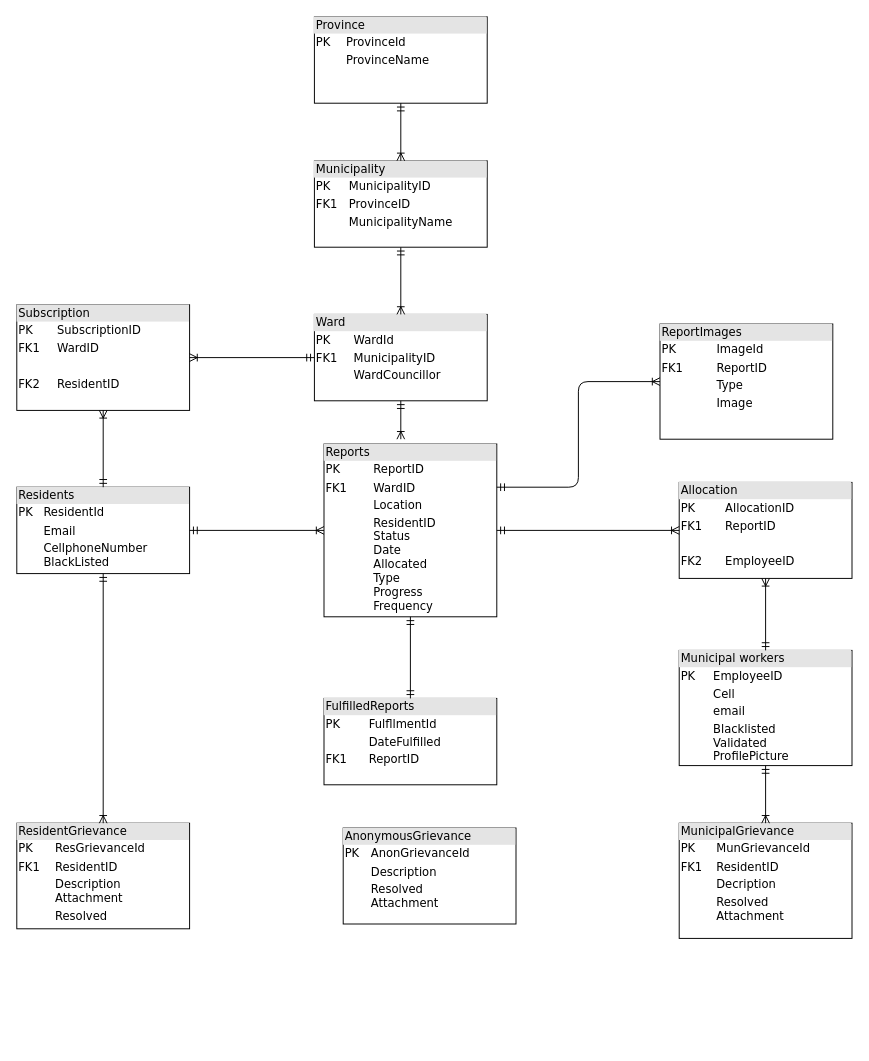
This is DBArchitecture.drawio from YamiMegersa/clone_repo, a draw.io file, before an edit. Source tidied: cells renumbered, new cells numbered last; positions are measured from the earlier drawing's top-left corner, leaving out a move shared by most shapes. Both pictures are drawn from the tidied source at 96%, with x=0, y=0 at pixel (16, 16).
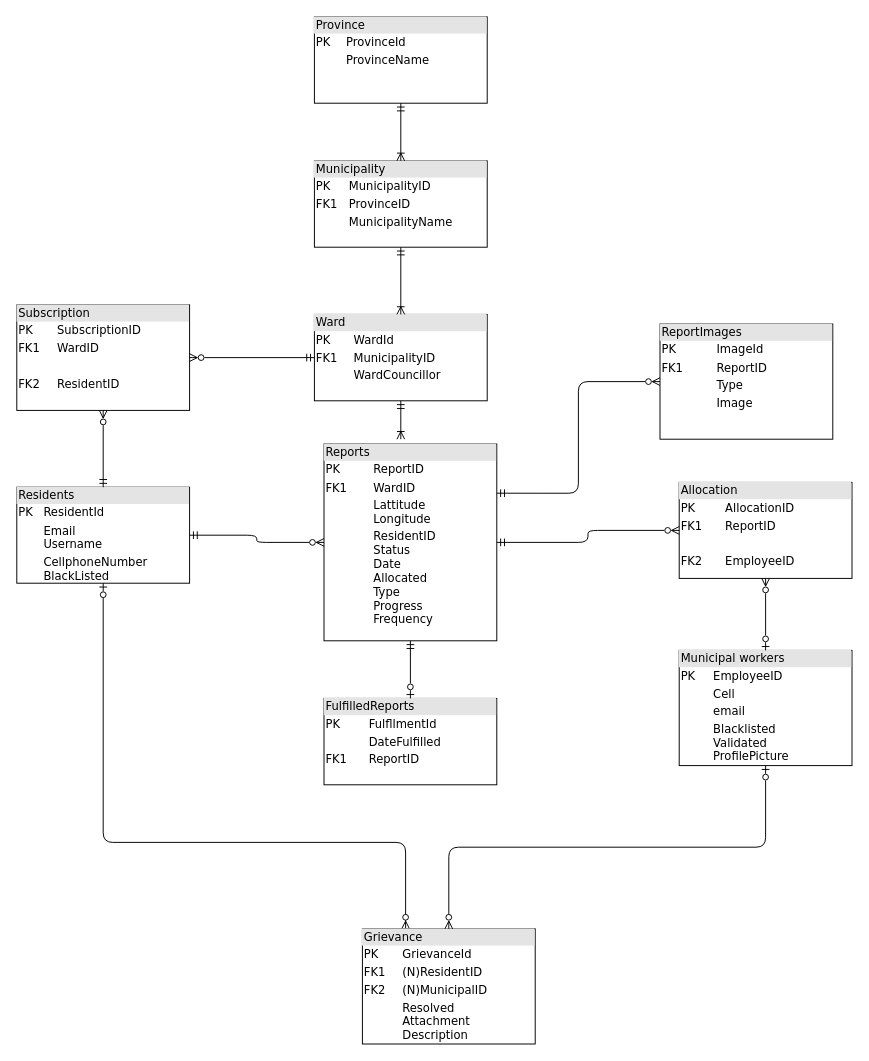
The same diagram, later.

Commit message:
Grievances Consolidated and associations updated

Unchanged cells that the change refers to:
```xml
<mxCell id="4" value="&lt;div style=&quot;box-sizing: border-box; width: 100%; background: rgb(228, 228, 228); padding: 2px;&quot;&gt;Ward&lt;/div&gt;&lt;table style=&quot;width: 100% ; font-size: 1em&quot; cellpadding=&quot;2&quot; cellspacing=&quot;0&quot;&gt;&lt;tbody&gt;&lt;tr&gt;&lt;td&gt;PK&lt;/td&gt;&lt;td&gt;WardId&lt;/td&gt;&lt;/tr&gt;&lt;tr&gt;&lt;td&gt;FK1&lt;/td&gt;&lt;td&gt;MunicipalityID&lt;/td&gt;&lt;/tr&gt;&lt;tr&gt;&lt;td&gt;&lt;/td&gt;&lt;td&gt;WardCouncillor&lt;/td&gt;&lt;/tr&gt;&lt;tr&gt;&lt;td&gt;&lt;br&gt;&lt;/td&gt;&lt;td&gt;&lt;br&gt;&lt;/td&gt;&lt;/tr&gt;&lt;/tbody&gt;&lt;/table&gt;" style="verticalAlign=top;align=left;overflow=fill;html=1;rounded=0;shadow=0;comic=0;labelBackgroundColor=none;strokeWidth=1;fontFamily=Verdana;fontSize=12;" parent="1" vertex="1">
  <mxGeometry x="310" y="310" width="180" height="90" as="geometry" />
</mxCell>
<mxCell id="7" value="&lt;div style=&quot;box-sizing: border-box; width: 100%; background: rgb(228, 228, 228); padding: 2px;&quot;&gt;Municipal workers&lt;/div&gt;&lt;table style=&quot;width: 100% ; font-size: 1em&quot; cellpadding=&quot;2&quot; cellspacing=&quot;0&quot;&gt;&lt;tbody&gt;&lt;tr&gt;&lt;td&gt;PK&lt;/td&gt;&lt;td&gt;EmployeeID&lt;/td&gt;&lt;/tr&gt;&lt;tr&gt;&lt;td&gt;&lt;br&gt;&lt;/td&gt;&lt;td&gt;Cell&lt;/td&gt;&lt;/tr&gt;&lt;tr&gt;&lt;td&gt;&lt;/td&gt;&lt;td&gt;email&lt;/td&gt;&lt;/tr&gt;&lt;tr&gt;&lt;td&gt;&lt;/td&gt;&lt;td&gt;Blacklisted&lt;br&gt;Validated&lt;br&gt;ProfilePicture&lt;/td&gt;&lt;/tr&gt;&lt;/tbody&gt;&lt;/table&gt;" style="verticalAlign=top;align=left;overflow=fill;html=1;rounded=0;shadow=0;comic=0;labelBackgroundColor=none;strokeWidth=1;fontFamily=Verdana;fontSize=12;" parent="1" vertex="1">
  <mxGeometry x="690" y="660" width="180" height="120" as="geometry" />
</mxCell>
<mxCell id="12" value="&lt;div style=&quot;box-sizing: border-box; width: 100%; background: rgb(228, 228, 228); padding: 2px;&quot;&gt;Subscription&lt;/div&gt;&lt;table style=&quot;width: 100% ; font-size: 1em&quot; cellpadding=&quot;2&quot; cellspacing=&quot;0&quot;&gt;&lt;tbody&gt;&lt;tr&gt;&lt;td&gt;PK&lt;/td&gt;&lt;td&gt;SubscriptionID&lt;/td&gt;&lt;/tr&gt;&lt;tr&gt;&lt;td&gt;FK1&lt;/td&gt;&lt;td&gt;WardID&lt;/td&gt;&lt;/tr&gt;&lt;tr&gt;&lt;td&gt;&lt;/td&gt;&lt;td&gt;&lt;br&gt;&lt;/td&gt;&lt;/tr&gt;&lt;tr&gt;&lt;td&gt;FK2&lt;br&gt;&lt;/td&gt;&lt;td&gt;ResidentID&lt;/td&gt;&lt;/tr&gt;&lt;/tbody&gt;&lt;/table&gt;" style="verticalAlign=top;align=left;overflow=fill;html=1;rounded=0;shadow=0;comic=0;labelBackgroundColor=none;strokeWidth=1;fontFamily=Verdana;fontSize=12;" parent="1" vertex="1">
  <mxGeometry y="300" width="180" height="110" as="geometry" />
</mxCell>
<mxCell id="15" value="&lt;div style=&quot;box-sizing: border-box; width: 100%; background: rgb(228, 228, 228); padding: 2px;&quot;&gt;Allocation&lt;/div&gt;&lt;table style=&quot;width: 100% ; font-size: 1em&quot; cellpadding=&quot;2&quot; cellspacing=&quot;0&quot;&gt;&lt;tbody&gt;&lt;tr&gt;&lt;td&gt;PK&lt;/td&gt;&lt;td&gt;AllocationID&lt;/td&gt;&lt;/tr&gt;&lt;tr&gt;&lt;td&gt;FK1&lt;/td&gt;&lt;td&gt;ReportID&lt;/td&gt;&lt;/tr&gt;&lt;tr&gt;&lt;td&gt;&lt;/td&gt;&lt;td&gt;&lt;br&gt;&lt;/td&gt;&lt;/tr&gt;&lt;tr&gt;&lt;td&gt;FK2&lt;br&gt;&lt;/td&gt;&lt;td&gt;EmployeeID&lt;/td&gt;&lt;/tr&gt;&lt;/tbody&gt;&lt;/table&gt;" style="verticalAlign=top;align=left;overflow=fill;html=1;rounded=0;shadow=0;comic=0;labelBackgroundColor=none;strokeWidth=1;fontFamily=Verdana;fontSize=12;" parent="1" vertex="1">
  <mxGeometry x="690" y="485" width="180" height="100" as="geometry" />
</mxCell>
<mxCell id="23" value="&lt;div style=&quot;box-sizing: border-box; width: 100%; background: rgb(228, 228, 228); padding: 2px;&quot;&gt;FulfilledReports&lt;/div&gt;&lt;table style=&quot;width: 100% ; font-size: 1em&quot; cellpadding=&quot;2&quot; cellspacing=&quot;0&quot;&gt;&lt;tbody&gt;&lt;tr&gt;&lt;td&gt;PK&lt;/td&gt;&lt;td&gt;FulfllmentId&lt;/td&gt;&lt;/tr&gt;&lt;tr&gt;&lt;td&gt;&lt;br&gt;&lt;/td&gt;&lt;td&gt;DateFulfilled&lt;/td&gt;&lt;/tr&gt;&lt;tr&gt;&lt;td&gt;FK1&lt;/td&gt;&lt;td&gt;ReportID&lt;br&gt;&lt;/td&gt;&lt;/tr&gt;&lt;tr&gt;&lt;td&gt;&lt;/td&gt;&lt;td&gt;&lt;br&gt;&lt;/td&gt;&lt;/tr&gt;&lt;/tbody&gt;&lt;/table&gt;" style="verticalAlign=top;align=left;overflow=fill;html=1;rounded=0;shadow=0;comic=0;labelBackgroundColor=none;strokeWidth=1;fontFamily=Verdana;fontSize=12;" parent="1" vertex="1">
  <mxGeometry x="320" y="710" width="180" height="90" as="geometry" />
</mxCell>
<mxCell id="25" value="&lt;div style=&quot;box-sizing: border-box; width: 100%; background: rgb(228, 228, 228); padding: 2px;&quot;&gt;ReportImages&lt;/div&gt;&lt;table style=&quot;width: 100% ; font-size: 1em&quot; cellpadding=&quot;2&quot; cellspacing=&quot;0&quot;&gt;&lt;tbody&gt;&lt;tr&gt;&lt;td&gt;PK&lt;/td&gt;&lt;td&gt;ImageId&lt;/td&gt;&lt;/tr&gt;&lt;tr&gt;&lt;td&gt;FK1&lt;/td&gt;&lt;td&gt;ReportID&lt;/td&gt;&lt;/tr&gt;&lt;tr&gt;&lt;td&gt;&lt;/td&gt;&lt;td&gt;Type&lt;/td&gt;&lt;/tr&gt;&lt;tr&gt;&lt;td&gt;&lt;/td&gt;&lt;td&gt;Image&lt;br&gt;&lt;/td&gt;&lt;/tr&gt;&lt;/tbody&gt;&lt;/table&gt;" style="verticalAlign=top;align=left;overflow=fill;html=1;rounded=0;shadow=0;comic=0;labelBackgroundColor=none;strokeWidth=1;fontFamily=Verdana;fontSize=12;" parent="1" vertex="1">
  <mxGeometry x="670" y="320" width="180" height="120" as="geometry" />
</mxCell>
```

Change to the diagram source:
```diff
@@
-    <mxCell id="3" value="&lt;div style=&quot;box-sizing: border-box; width: 100%; background: rgb(228, 228, 228); padding: 2px;&quot;&gt;Reports&lt;/div&gt;&lt;table style=&quot;width: 100% ; font-size: 1em&quot; cellpadding=&quot;2&quot; cellspacing=&quot;0&quot;&gt;&lt;tbody&gt;&lt;tr&gt;&lt;td&gt;PK&lt;/td&gt;&lt;td&gt;ReportID&lt;/td&gt;&lt;/tr&gt;&lt;tr&gt;&lt;td&gt;FK1&lt;/td&gt;&lt;td&gt;WardID&lt;/td&gt;&lt;/tr&gt;&lt;tr&gt;&lt;td&gt;&lt;/td&gt;&lt;td&gt;Location&lt;/td&gt;&lt;/tr&gt;&lt;tr&gt;&lt;td&gt;&lt;br&gt;&lt;/td&gt;&lt;td&gt;ResidentID&lt;br&gt;Status&lt;br&gt;Date&lt;br&gt;Allocated&lt;br&gt;Type&lt;br&gt;Progress&lt;br&gt;Frequency&lt;/td&gt;&lt;/tr&gt;&lt;/tbody&gt;&lt;/table&gt;" style="verticalAlign=top;align=left;overflow=fill;html=1;rounded=0;shadow=0;comic=0;labelBackgroundColor=none;strokeWidth=1;fontFamily=Verdana;fontSize=12;" parent="1" vertex="1">
-      <mxGeometry x="320" y="445" width="180" height="180" as="geometry" />
+    <mxCell id="3" value="&lt;div style=&quot;box-sizing: border-box; width: 100%; background: rgb(228, 228, 228); padding: 2px;&quot;&gt;Reports&lt;/div&gt;&lt;table style=&quot;width: 100% ; font-size: 1em&quot; cellpadding=&quot;2&quot; cellspacing=&quot;0&quot;&gt;&lt;tbody&gt;&lt;tr&gt;&lt;td&gt;PK&lt;/td&gt;&lt;td&gt;ReportID&lt;/td&gt;&lt;/tr&gt;&lt;tr&gt;&lt;td&gt;FK1&lt;/td&gt;&lt;td&gt;WardID&lt;/td&gt;&lt;/tr&gt;&lt;tr&gt;&lt;td&gt;&lt;/td&gt;&lt;td&gt;Lattitude&lt;br&gt;Longitude&lt;/td&gt;&lt;/tr&gt;&lt;tr&gt;&lt;td&gt;&lt;br&gt;&lt;/td&gt;&lt;td&gt;ResidentID&lt;br&gt;Status&lt;br&gt;Date&lt;br&gt;Allocated&lt;br&gt;Type&lt;br&gt;Progress&lt;br&gt;Frequency&lt;/td&gt;&lt;/tr&gt;&lt;/tbody&gt;&lt;/table&gt;" style="verticalAlign=top;align=left;overflow=fill;html=1;rounded=0;shadow=0;comic=0;labelBackgroundColor=none;strokeWidth=1;fontFamily=Verdana;fontSize=12;" parent="1" vertex="1">
+      <mxGeometry x="320" y="445" width="180" height="205" as="geometry" />
     </mxCell>
@@
-    <mxCell id="8" value="&lt;div style=&quot;box-sizing: border-box; width: 100%; background: rgb(228, 228, 228); padding: 2px;&quot;&gt;Residents&lt;/div&gt;&lt;table style=&quot;width: 100% ; font-size: 1em&quot; cellpadding=&quot;2&quot; cellspacing=&quot;0&quot;&gt;&lt;tbody&gt;&lt;tr&gt;&lt;td&gt;PK&lt;/td&gt;&lt;td&gt;ResidentId&lt;/td&gt;&lt;/tr&gt;&lt;tr&gt;&lt;td&gt;&lt;br&gt;&lt;/td&gt;&lt;td&gt;Email&lt;/td&gt;&lt;/tr&gt;&lt;tr&gt;&lt;td&gt;&lt;/td&gt;&lt;td&gt;CellphoneNumber&lt;br&gt;BlackListed&lt;/td&gt;&lt;/tr&gt;&lt;tr&gt;&lt;td&gt;&lt;/td&gt;&lt;td&gt;&lt;br&gt;&lt;/td&gt;&lt;/tr&gt;&lt;/tbody&gt;&lt;/table&gt;" style="verticalAlign=top;align=left;overflow=fill;html=1;rounded=0;shadow=0;comic=0;labelBackgroundColor=none;strokeWidth=1;fontFamily=Verdana;fontSize=12;" parent="1" vertex="1">
-      <mxGeometry y="490" width="180" height="90" as="geometry" />
+    <mxCell id="8" value="&lt;div style=&quot;box-sizing: border-box; width: 100%; background: rgb(228, 228, 228); padding: 2px;&quot;&gt;Residents&lt;/div&gt;&lt;table style=&quot;width: 100% ; font-size: 1em&quot; cellpadding=&quot;2&quot; cellspacing=&quot;0&quot;&gt;&lt;tbody&gt;&lt;tr&gt;&lt;td&gt;PK&lt;/td&gt;&lt;td&gt;ResidentId&lt;/td&gt;&lt;/tr&gt;&lt;tr&gt;&lt;td&gt;&lt;br&gt;&lt;/td&gt;&lt;td&gt;Email&lt;br&gt;Username&lt;/td&gt;&lt;/tr&gt;&lt;tr&gt;&lt;td&gt;&lt;/td&gt;&lt;td&gt;CellphoneNumber&lt;br&gt;BlackListed&lt;/td&gt;&lt;/tr&gt;&lt;tr&gt;&lt;td&gt;&lt;/td&gt;&lt;td&gt;&lt;br&gt;&lt;/td&gt;&lt;/tr&gt;&lt;/tbody&gt;&lt;/table&gt;" style="verticalAlign=top;align=left;overflow=fill;html=1;rounded=0;shadow=0;comic=0;labelBackgroundColor=none;strokeWidth=1;fontFamily=Verdana;fontSize=12;" parent="1" vertex="1">
+      <mxGeometry y="490" width="180" height="100" as="geometry" />
     </mxCell>
@@
-    <mxCell id="11" style="edgeStyle=orthogonalEdgeStyle;html=1;labelBackgroundColor=none;startArrow=ERmandOne;endArrow=ERoneToMany;fontFamily=Verdana;fontSize=12;align=left;entryX=0;entryY=0.5;entryDx=0;entryDy=0;exitX=1;exitY=0.5;exitDx=0;exitDy=0;" parent="1" edge="1" source="8" target="3">
+    <mxCell id="11" style="edgeStyle=orthogonalEdgeStyle;html=1;labelBackgroundColor=none;startArrow=ERmandOne;endArrow=ERzeroToMany;fontFamily=Verdana;fontSize=12;align=left;entryX=0;entryY=0.5;entryDx=0;entryDy=0;exitX=1;exitY=0.5;exitDx=0;exitDy=0;endFill=0;" parent="1" edge="1" source="8" target="3">
       <mxGeometry relative="1" as="geometry" />
     </mxCell>
@@
-    <mxCell id="13" style="edgeStyle=orthogonalEdgeStyle;html=1;labelBackgroundColor=none;startArrow=ERmandOne;endArrow=ERoneToMany;fontFamily=Verdana;fontSize=12;align=left;entryX=0.5;entryY=1;entryDx=0;entryDy=0;exitX=0.5;exitY=0;exitDx=0;exitDy=0;" parent="1" edge="1" source="8" target="12">
+    <mxCell id="13" style="edgeStyle=orthogonalEdgeStyle;html=1;labelBackgroundColor=none;startArrow=ERmandOne;endArrow=ERzeroToMany;fontFamily=Verdana;fontSize=12;align=left;entryX=0.5;entryY=1;entryDx=0;entryDy=0;exitX=0.5;exitY=0;exitDx=0;exitDy=0;endFill=0;" parent="1" edge="1" source="8" target="12">
       <mxGeometry relative="1" as="geometry" />
     </mxCell>
-    <mxCell id="14" style="edgeStyle=orthogonalEdgeStyle;html=1;labelBackgroundColor=none;startArrow=ERmandOne;endArrow=ERoneToMany;fontFamily=Verdana;fontSize=12;align=left;entryX=1;entryY=0.5;entryDx=0;entryDy=0;exitX=0;exitY=0.5;exitDx=0;exitDy=0;" parent="1" edge="1" source="4" target="12">
+    <mxCell id="14" style="edgeStyle=orthogonalEdgeStyle;html=1;labelBackgroundColor=none;startArrow=ERmandOne;endArrow=ERzeroToMany;fontFamily=Verdana;fontSize=12;align=left;entryX=1;entryY=0.5;entryDx=0;entryDy=0;exitX=0;exitY=0.5;exitDx=0;exitDy=0;endFill=0;" parent="1" edge="1" source="4" target="12">
       <mxGeometry relative="1" as="geometry" />
     </mxCell>
@@
-    <mxCell id="16" style="edgeStyle=orthogonalEdgeStyle;html=1;labelBackgroundColor=none;startArrow=ERmandOne;endArrow=ERoneToMany;fontFamily=Verdana;fontSize=12;align=left;entryX=0.5;entryY=1;entryDx=0;entryDy=0;exitX=0.5;exitY=0;exitDx=0;exitDy=0;" parent="1" edge="1" source="7" target="15">
+    <mxCell id="16" style="edgeStyle=orthogonalEdgeStyle;html=1;labelBackgroundColor=none;startArrow=ERzeroToOne;endArrow=ERzeroToMany;fontFamily=Verdana;fontSize=12;align=left;entryX=0.5;entryY=1;entryDx=0;entryDy=0;exitX=0.5;exitY=0;exitDx=0;exitDy=0;startFill=0;endFill=0;" parent="1" edge="1" source="7" target="15">
       <mxGeometry relative="1" as="geometry" />
     </mxCell>
-    <mxCell id="17" style="edgeStyle=orthogonalEdgeStyle;html=1;labelBackgroundColor=none;startArrow=ERmandOne;endArrow=ERoneToMany;fontFamily=Verdana;fontSize=12;align=left;entryX=0;entryY=0.5;entryDx=0;entryDy=0;exitX=1;exitY=0.5;exitDx=0;exitDy=0;" parent="1" edge="1" source="3" target="15">
+    <mxCell id="17" style="edgeStyle=orthogonalEdgeStyle;html=1;labelBackgroundColor=none;startArrow=ERmandOne;endArrow=ERzeroToMany;fontFamily=Verdana;fontSize=12;align=left;entryX=0;entryY=0.5;entryDx=0;entryDy=0;exitX=1;exitY=0.5;exitDx=0;exitDy=0;startFill=0;endFill=0;" parent="1" edge="1" source="3" target="15">
       <mxGeometry relative="1" as="geometry" />
     </mxCell>
-    <mxCell id="18" value="&lt;div style=&quot;box-sizing: border-box; width: 100%; background: rgb(228, 228, 228); padding: 2px;&quot;&gt;ResidentGrievance&lt;/div&gt;&lt;table style=&quot;width: 100% ; font-size: 1em&quot; cellpadding=&quot;2&quot; cellspacing=&quot;0&quot;&gt;&lt;tbody&gt;&lt;tr&gt;&lt;td&gt;PK&lt;/td&gt;&lt;td&gt;ResGrievanceId&lt;/td&gt;&lt;/tr&gt;&lt;tr&gt;&lt;td&gt;FK1&lt;/td&gt;&lt;td&gt;ResidentID&lt;/td&gt;&lt;/tr&gt;&lt;tr&gt;&lt;td&gt;&lt;/td&gt;&lt;td&gt;Description&lt;br&gt;Attachment&lt;/td&gt;&lt;/tr&gt;&lt;tr&gt;&lt;td&gt;&lt;br&gt;&lt;/td&gt;&lt;td&gt;Resolved&lt;/td&gt;&lt;/tr&gt;&lt;/tbody&gt;&lt;/table&gt;" style="verticalAlign=top;align=left;overflow=fill;html=1;rounded=0;shadow=0;comic=0;labelBackgroundColor=none;strokeWidth=1;fontFamily=Verdana;fontSize=12;" parent="1" vertex="1">
-      <mxGeometry y="840" width="180" height="110" as="geometry" />
-    </mxCell>
-    <mxCell id="19" style="edgeStyle=orthogonalEdgeStyle;html=1;labelBackgroundColor=none;startArrow=ERmandOne;endArrow=ERoneToMany;fontFamily=Verdana;fontSize=12;align=left;entryX=0.5;entryY=0;entryDx=0;entryDy=0;exitX=0.5;exitY=1;exitDx=0;exitDy=0;" parent="1" edge="1" source="8" target="18">
-      <mxGeometry relative="1" as="geometry" />
+    <mxCell id="19" style="edgeStyle=orthogonalEdgeStyle;html=1;labelBackgroundColor=none;startArrow=ERzeroToOne;endArrow=ERzeroToMany;fontFamily=Verdana;fontSize=12;align=left;entryX=0.25;entryY=0;entryDx=0;entryDy=0;exitX=0.5;exitY=1;exitDx=0;exitDy=0;startFill=0;" parent="1" edge="1" source="8" target="20">
+      <mxGeometry relative="1" as="geometry">
+        <Array as="points">
+          <mxPoint x="90" y="860" />
+          <mxPoint x="405" y="860" />
+        </Array>
+      </mxGeometry>
     </mxCell>
-    <mxCell id="20" value="&lt;div style=&quot;box-sizing: border-box; width: 100%; background: rgb(228, 228, 228); padding: 2px;&quot;&gt;MunicipalGrievance&lt;/div&gt;&lt;table style=&quot;width: 100% ; font-size: 1em&quot; cellpadding=&quot;2&quot; cellspacing=&quot;0&quot;&gt;&lt;tbody&gt;&lt;tr&gt;&lt;td&gt;PK&lt;/td&gt;&lt;td&gt;MunGrievanceId&lt;/td&gt;&lt;/tr&gt;&lt;tr&gt;&lt;td&gt;FK1&lt;/td&gt;&lt;td&gt;ResidentID&lt;/td&gt;&lt;/tr&gt;&lt;tr&gt;&lt;td&gt;&lt;/td&gt;&lt;td&gt;Decription&lt;/td&gt;&lt;/tr&gt;&lt;tr&gt;&lt;td&gt;&lt;br&gt;&lt;/td&gt;&lt;td&gt;Resolved&lt;br&gt;Attachment&lt;/td&gt;&lt;/tr&gt;&lt;/tbody&gt;&lt;/table&gt;" style="verticalAlign=top;align=left;overflow=fill;html=1;rounded=0;shadow=0;comic=0;labelBackgroundColor=none;strokeWidth=1;fontFamily=Verdana;fontSize=12;" parent="1" vertex="1">
-      <mxGeometry x="690" y="840" width="180" height="120" as="geometry" />
+    <mxCell id="20" value="&lt;div style=&quot;box-sizing: border-box; width: 100%; background: rgb(228, 228, 228); padding: 2px;&quot;&gt;Grievance&lt;/div&gt;&lt;table style=&quot;width: 100% ; font-size: 1em&quot; cellpadding=&quot;2&quot; cellspacing=&quot;0&quot;&gt;&lt;tbody&gt;&lt;tr&gt;&lt;td&gt;PK&lt;/td&gt;&lt;td&gt;GrievanceId&lt;/td&gt;&lt;/tr&gt;&lt;tr&gt;&lt;td&gt;FK1&lt;/td&gt;&lt;td&gt;(N)ResidentID&lt;br&gt;&lt;/td&gt;&lt;/tr&gt;&lt;tr&gt;&lt;td&gt;FK2&lt;/td&gt;&lt;td&gt;(N)MunicipalID&lt;/td&gt;&lt;/tr&gt;&lt;tr&gt;&lt;td&gt;&lt;br&gt;&lt;/td&gt;&lt;td&gt;Resolved&lt;br&gt;Attachment&lt;br&gt;Description&lt;/td&gt;&lt;/tr&gt;&lt;/tbody&gt;&lt;/table&gt;" style="verticalAlign=top;align=left;overflow=fill;html=1;rounded=0;shadow=0;comic=0;labelBackgroundColor=none;strokeWidth=1;fontFamily=Verdana;fontSize=12;" parent="1" vertex="1">
+      <mxGeometry x="360" y="950" width="180" height="120" as="geometry" />
     </mxCell>
-    <mxCell id="21" style="edgeStyle=orthogonalEdgeStyle;html=1;labelBackgroundColor=none;startArrow=ERmandOne;endArrow=ERoneToMany;fontFamily=Verdana;fontSize=12;align=left;exitX=0.5;exitY=1;exitDx=0;exitDy=0;" parent="1" edge="1" source="7" target="20">
+    <mxCell id="21" style="edgeStyle=orthogonalEdgeStyle;html=1;labelBackgroundColor=none;startArrow=ERzeroToOne;endArrow=ERzeroToMany;fontFamily=Verdana;fontSize=12;align=left;exitX=0.5;exitY=1;exitDx=0;exitDy=0;endFill=0;startFill=0;" parent="1" edge="1" source="7" target="20">
       <mxGeometry relative="1" as="geometry" />
     </mxCell>
-    <mxCell id="22" value="&lt;div style=&quot;box-sizing: border-box; width: 100%; background: rgb(228, 228, 228); padding: 2px;&quot;&gt;AnonymousGrievance&lt;/div&gt;&lt;table style=&quot;width: 100% ; font-size: 1em&quot; cellpadding=&quot;2&quot; cellspacing=&quot;0&quot;&gt;&lt;tbody&gt;&lt;tr&gt;&lt;td&gt;PK&lt;/td&gt;&lt;td&gt;AnonGrievanceId&lt;/td&gt;&lt;/tr&gt;&lt;tr&gt;&lt;td&gt;&lt;br&gt;&lt;/td&gt;&lt;td&gt;Description&lt;/td&gt;&lt;/tr&gt;&lt;tr&gt;&lt;td&gt;&lt;/td&gt;&lt;td&gt;Resolved&lt;br&gt;Attachment&lt;/td&gt;&lt;/tr&gt;&lt;tr&gt;&lt;td&gt;&lt;br&gt;&lt;/td&gt;&lt;td&gt;&lt;br&gt;&lt;/td&gt;&lt;/tr&gt;&lt;/tbody&gt;&lt;/table&gt;" style="verticalAlign=top;align=left;overflow=fill;html=1;rounded=0;shadow=0;comic=0;labelBackgroundColor=none;strokeWidth=1;fontFamily=Verdana;fontSize=12;" parent="1" vertex="1">
-      <mxGeometry x="340" y="845" width="180" height="100" as="geometry" />
-    </mxCell>
@@
-    <mxCell id="24" style="edgeStyle=orthogonalEdgeStyle;html=1;labelBackgroundColor=none;startArrow=ERmandOne;endArrow=ERmandOne;fontFamily=Verdana;fontSize=12;align=left;entryX=0.5;entryY=0;entryDx=0;entryDy=0;exitX=0.5;exitY=1;exitDx=0;exitDy=0;" parent="1" edge="1" source="3" target="23">
+    <mxCell id="24" style="edgeStyle=orthogonalEdgeStyle;html=1;labelBackgroundColor=none;startArrow=ERmandOne;endArrow=ERzeroToOne;fontFamily=Verdana;fontSize=12;align=left;entryX=0.5;entryY=0;entryDx=0;entryDy=0;exitX=0.5;exitY=1;exitDx=0;exitDy=0;endFill=0;" parent="1" edge="1" source="3" target="23">
       <mxGeometry relative="1" as="geometry" />
     </mxCell>
@@
-    <mxCell id="26" style="edgeStyle=orthogonalEdgeStyle;html=1;labelBackgroundColor=none;startArrow=ERmandOne;endArrow=ERoneToMany;fontFamily=Verdana;fontSize=12;align=left;entryX=0;entryY=0.5;entryDx=0;entryDy=0;exitX=1;exitY=0.25;exitDx=0;exitDy=0;" parent="1" edge="1" source="3" target="25">
+    <mxCell id="26" style="edgeStyle=orthogonalEdgeStyle;html=1;labelBackgroundColor=none;startArrow=ERmandOne;endArrow=ERzeroToMany;fontFamily=Verdana;fontSize=12;align=left;entryX=0;entryY=0.5;entryDx=0;entryDy=0;exitX=1;exitY=0.25;exitDx=0;exitDy=0;endFill=0;" parent="1" edge="1" source="3" target="25">
       <mxGeometry relative="1" as="geometry" />
     </mxCell>
```
